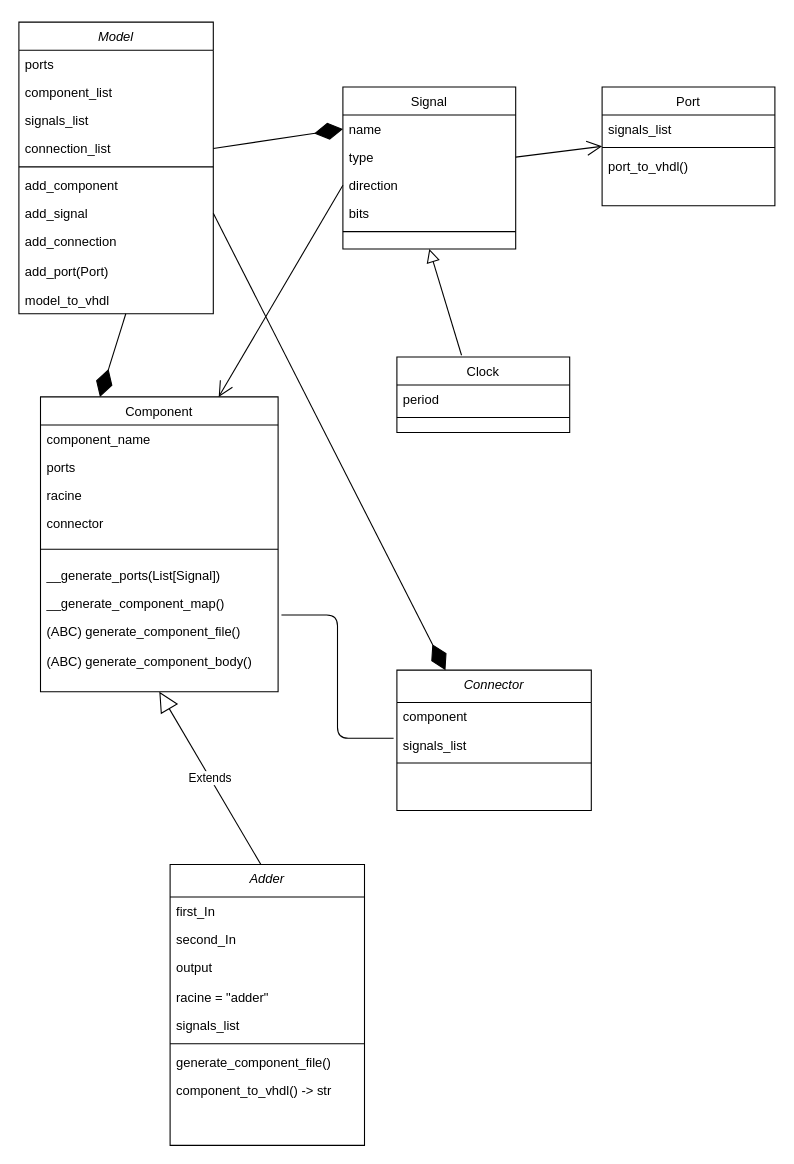
ltrBilal/VHDL_Model keeps this draw.io diagram as class_diagram.drawio. Above is the earlier version. Source tidied: cells renumbered, new cells numbered last; positions are measured from the earlier drawing's top-left corner, leaving out a move shared by most shapes. Both pictures are drawn from the tidied source at 108%, with x=0, y=0 at pixel (18, 22).
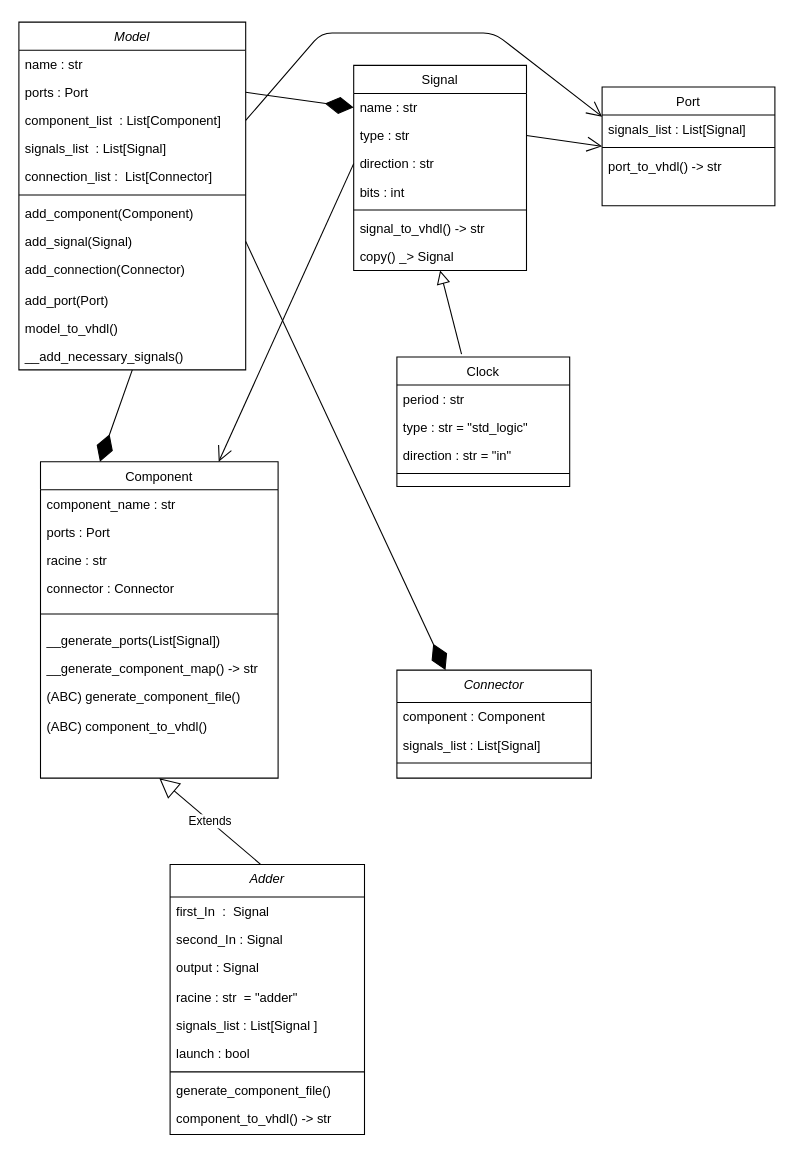
After the change.

The change refers to these unchanged cells:
```xml
<mxCell id="51" value="Port" style="swimlane;fontStyle=0;align=center;verticalAlign=top;horizontal=1;startSize=26;rounded=0;shadow=0;strokeWidth=1;" parent="1" vertex="1">
  <mxGeometry x="540" y="60" width="160" height="110" as="geometry" />
</mxCell>
```

The edit, as a diff of the source:
```diff
@@
     <mxCell id="2" value="Model&#10;" style="swimlane;fontStyle=2;align=center;verticalAlign=top;horizontal=1;startSize=26;rounded=0;shadow=0;strokeWidth=1;" parent="1" vertex="1">
-      <mxGeometry width="180" height="270" as="geometry" />
+      <mxGeometry width="210" height="322" as="geometry" />
     </mxCell>
-    <mxCell id="3" value="ports" style="text;align=left;verticalAlign=top;spacingLeft=4;spacingRight=4;overflow=hidden;" parent="2" vertex="1">
-      <mxGeometry y="26" width="180" height="26" as="geometry" />
-    </mxCell>
+    <mxCell id="57" value="name : str" style="text;align=left;verticalAlign=top;spacingLeft=4;spacingRight=4;overflow=hidden;" parent="2" vertex="1">
+      <mxGeometry y="26" width="210" height="26" as="geometry" />
+    </mxCell>
+    <mxCell id="6" value="ports : Port" style="text;align=left;verticalAlign=top;spacingLeft=4;spacingRight=4;overflow=hidden;points=[[0,0.5],[1,0.5]];portConstraint=eastwest;rounded=0;shadow=0;html=0;" parent="2" vertex="1">
+      <mxGeometry y="52" width="210" height="26" as="geometry" />
+    </mxCell>
-    <mxCell id="4" value="component_list        " style="text;align=left;verticalAlign=top;spacingLeft=4;spacingRight=4;overflow=hidden;" parent="2" vertex="1">
-      <mxGeometry y="52" width="180" height="26" as="geometry" />
+    <mxCell id="4" value="component_list  : List[Component]      " style="text;align=left;verticalAlign=top;spacingLeft=4;spacingRight=4;overflow=hidden;" parent="2" vertex="1">
+      <mxGeometry y="78" width="210" height="26" as="geometry" />
     </mxCell>
-    <mxCell id="5" value="signals_list" style="text;align=left;verticalAlign=top;spacingLeft=4;spacingRight=4;overflow=hidden;rounded=0;shadow=0;html=0;" parent="2" vertex="1">
-      <mxGeometry y="78" width="180" height="26" as="geometry" />
+    <mxCell id="5" value="signals_list  : List[Signal]" style="text;align=left;verticalAlign=top;spacingLeft=4;spacingRight=4;overflow=hidden;rounded=0;shadow=0;html=0;" parent="2" vertex="1">
+      <mxGeometry y="104" width="210" height="26" as="geometry" />
     </mxCell>
-    <mxCell id="6" value="connection_list" style="text;align=left;verticalAlign=top;spacingLeft=4;spacingRight=4;overflow=hidden;points=[[0,0.5],[1,0.5]];portConstraint=eastwest;rounded=0;shadow=0;html=0;" parent="2" vertex="1">
-      <mxGeometry y="104" width="180" height="26" as="geometry" />
-    </mxCell>
+    <mxCell id="58" value="connection_list :  List[Connector]" style="text;align=left;verticalAlign=top;spacingLeft=4;spacingRight=4;overflow=hidden;rounded=0;shadow=0;html=0;" parent="2" vertex="1">
+      <mxGeometry y="130" width="210" height="26" as="geometry" />
+    </mxCell>
     <mxCell id="7" style="line;html=1;strokeWidth=1;align=left;verticalAlign=middle;spacingTop=-1;spacingLeft=3;spacingRight=3;labelPosition=right;" parent="2" vertex="1">
-      <mxGeometry y="130" width="180" height="8" as="geometry" />
+      <mxGeometry y="156" width="210" height="8" as="geometry" />
     </mxCell>
-    <mxCell id="8" value="add_component" style="text;align=left;verticalAlign=top;spacingLeft=4;spacingRight=4;overflow=hidden;rounded=0;shadow=0;html=0;" parent="2" vertex="1">
-      <mxGeometry y="138" width="180" height="26" as="geometry" />
+    <mxCell id="8" value="add_component(Component)" style="text;align=left;verticalAlign=top;spacingLeft=4;spacingRight=4;overflow=hidden;rounded=0;shadow=0;html=0;" parent="2" vertex="1">
+      <mxGeometry y="164" width="210" height="26" as="geometry" />
     </mxCell>
-    <mxCell id="9" value="add_signal" style="text;align=left;verticalAlign=top;spacingLeft=4;spacingRight=4;overflow=hidden;points=[[0,0.5],[1,0.5]];portConstraint=eastwest;rounded=0;shadow=0;html=0;" parent="2" vertex="1">
-      <mxGeometry y="164" width="180" height="26" as="geometry" />
+    <mxCell id="9" value="add_signal(Signal)" style="text;align=left;verticalAlign=top;spacingLeft=4;spacingRight=4;overflow=hidden;points=[[0,0.5],[1,0.5]];portConstraint=eastwest;rounded=0;shadow=0;html=0;" parent="2" vertex="1">
+      <mxGeometry y="190" width="210" height="26" as="geometry" />
     </mxCell>
-    <mxCell id="10" value="add_connection" style="text;align=left;verticalAlign=top;spacingLeft=4;spacingRight=4;overflow=hidden;rounded=0;shadow=0;html=0;" parent="2" vertex="1">
-      <mxGeometry y="190" width="180" height="28" as="geometry" />
+    <mxCell id="10" value="add_connection(Connector)" style="text;align=left;verticalAlign=top;spacingLeft=4;spacingRight=4;overflow=hidden;rounded=0;shadow=0;html=0;" parent="2" vertex="1">
+      <mxGeometry y="216" width="210" height="28" as="geometry" />
     </mxCell>
     <mxCell id="11" value="add_port(Port)" style="text;align=left;verticalAlign=top;spacingLeft=4;spacingRight=4;overflow=hidden;rounded=0;shadow=0;html=0;" parent="2" vertex="1">
-      <mxGeometry y="218" width="180" height="26" as="geometry" />
+      <mxGeometry y="244" width="210" height="26" as="geometry" />
     </mxCell>
+    <mxCell id="59" value="model_to_vhdl()" style="text;align=left;verticalAlign=top;spacingLeft=4;spacingRight=4;overflow=hidden;rounded=0;shadow=0;html=0;" parent="2" vertex="1">
+      <mxGeometry y="270" width="210" height="26" as="geometry" />
+    </mxCell>
-    <mxCell id="12" value="model_to_vhdl" style="text;align=left;verticalAlign=top;spacingLeft=4;spacingRight=4;overflow=hidden;points=[[0,0.5],[1,0.5]];portConstraint=eastwest;rounded=0;shadow=0;html=0;" parent="2" vertex="1">
-      <mxGeometry y="244" width="180" height="26" as="geometry" />
+    <mxCell id="12" value="__add_necessary_signals()" style="text;align=left;verticalAlign=top;spacingLeft=4;spacingRight=4;overflow=hidden;points=[[0,0.5],[1,0.5]];portConstraint=eastwest;rounded=0;shadow=0;html=0;" parent="2" vertex="1">
+      <mxGeometry y="296" width="210" height="26" as="geometry" />
     </mxCell>
     <mxCell id="13" value="Component" style="swimlane;fontStyle=0;align=center;verticalAlign=top;horizontal=1;startSize=26;rounded=0;shadow=0;strokeWidth=1;" parent="1" vertex="1">
-      <mxGeometry x="20" y="347" width="220" height="273" as="geometry" />
+      <mxGeometry x="20" y="407" width="220" height="293" as="geometry" />
     </mxCell>
-    <mxCell id="14" value="component_name" style="text;align=left;verticalAlign=top;spacingLeft=4;spacingRight=4;overflow=hidden;fontStyle=0;" parent="13" vertex="1">
+    <mxCell id="14" value="component_name : str" style="text;align=left;verticalAlign=top;spacingLeft=4;spacingRight=4;overflow=hidden;fontStyle=0;" parent="13" vertex="1">
       <mxGeometry y="26" width="220" height="26" as="geometry" />
     </mxCell>
-    <mxCell id="15" value="ports" style="text;align=left;verticalAlign=top;spacingLeft=4;spacingRight=4;overflow=hidden;fontStyle=0;" parent="13" vertex="1">
+    <mxCell id="15" value="ports : Port" style="text;align=left;verticalAlign=top;spacingLeft=4;spacingRight=4;overflow=hidden;fontStyle=0;" parent="13" vertex="1">
       <mxGeometry y="52" width="220" height="26" as="geometry" />
     </mxCell>
-    <mxCell id="16" value="racine" style="text;align=left;verticalAlign=top;spacingLeft=4;spacingRight=4;overflow=hidden;fontStyle=0;" parent="13" vertex="1">
+    <mxCell id="16" value="racine : str" style="text;align=left;verticalAlign=top;spacingLeft=4;spacingRight=4;overflow=hidden;fontStyle=0;" parent="13" vertex="1">
       <mxGeometry y="78" width="220" height="26" as="geometry" />
     </mxCell>
-    <mxCell id="17" value="connector" style="text;align=left;verticalAlign=top;spacingLeft=4;spacingRight=4;overflow=hidden;fontStyle=0;" parent="13" vertex="1">
+    <mxCell id="17" value="connector : Connector" style="text;align=left;verticalAlign=top;spacingLeft=4;spacingRight=4;overflow=hidden;fontStyle=0;" parent="13" vertex="1">
       <mxGeometry y="104" width="220" height="26" as="geometry" />
     </mxCell>
@@
-    <mxCell id="20" value="__generate_component_map()" style="text;align=left;verticalAlign=top;spacingLeft=4;spacingRight=4;overflow=hidden;points=[[0,0.5],[1,0.5]];portConstraint=eastwest;" parent="13" vertex="1">
+    <mxCell id="20" value="__generate_component_map() -&gt; str" style="text;align=left;verticalAlign=top;spacingLeft=4;spacingRight=4;overflow=hidden;points=[[0,0.5],[1,0.5]];portConstraint=eastwest;" parent="13" vertex="1">
       <mxGeometry y="178" width="220" height="26" as="geometry" />
     </mxCell>
@@
-    <mxCell id="22" value="(ABC) generate_component_body()" style="text;align=left;verticalAlign=top;spacingLeft=4;spacingRight=4;overflow=hidden;" parent="13" vertex="1">
-      <mxGeometry y="232" width="220" height="26" as="geometry" />
-    </mxCell>
+    <mxCell id="60" value="(ABC) component_to_vhdl()" style="text;align=left;verticalAlign=top;spacingLeft=4;spacingRight=4;overflow=hidden;" parent="13" vertex="1">
+      <mxGeometry y="232" width="220" height="26" as="geometry" />
+    </mxCell>
     <mxCell id="23" value="Clock" style="swimlane;fontStyle=0;align=center;verticalAlign=top;horizontal=1;startSize=26;rounded=0;shadow=0;strokeWidth=1;" parent="1" vertex="1">
-      <mxGeometry x="350" y="310" width="160" height="70" as="geometry" />
+      <mxGeometry x="350" y="310" width="160" height="120" as="geometry" />
     </mxCell>
-    <mxCell id="24" value="period" style="text;align=left;verticalAlign=top;spacingLeft=4;spacingRight=4;overflow=hidden;" parent="23" vertex="1">
+    <mxCell id="24" value="period : str" style="text;align=left;verticalAlign=top;spacingLeft=4;spacingRight=4;overflow=hidden;" parent="23" vertex="1">
       <mxGeometry y="26" width="160" height="26" as="geometry" />
     </mxCell>
+    <mxCell id="61" value="type : str = &quot;std_logic&quot;" style="text;align=left;verticalAlign=top;spacingLeft=4;spacingRight=4;overflow=hidden;" parent="23" vertex="1">
+      <mxGeometry y="52" width="160" height="26" as="geometry" />
+    </mxCell>
+    <mxCell id="62" value="direction : str = &quot;in&quot;" style="text;align=left;verticalAlign=top;spacingLeft=4;spacingRight=4;overflow=hidden;" parent="23" vertex="1">
+      <mxGeometry y="78" width="160" height="26" as="geometry" />
+    </mxCell>
     <mxCell id="25" style="line;html=1;strokeWidth=1;align=left;verticalAlign=middle;spacingTop=-1;spacingLeft=3;spacingRight=3;labelPosition=right;" parent="23" vertex="1">
-      <mxGeometry y="52" width="160" height="8" as="geometry" />
+      <mxGeometry y="104" width="160" height="8" as="geometry" />
     </mxCell>
@@
     <mxCell id="27" value="Signal" style="swimlane;fontStyle=0;align=center;verticalAlign=top;horizontal=1;startSize=26;rounded=0;shadow=0;strokeWidth=1;" parent="1" vertex="1">
-      <mxGeometry x="300" y="60" width="160" height="150" as="geometry" />
+      <mxGeometry x="310" y="40" width="160" height="190" as="geometry" />
     </mxCell>
-    <mxCell id="28" value="name" style="text;align=left;verticalAlign=top;spacingLeft=4;spacingRight=4;overflow=hidden;points=[[0,0.5],[1,0.5]];portConstraint=eastwest;" parent="27" vertex="1">
+    <mxCell id="28" value="name : str" style="text;align=left;verticalAlign=top;spacingLeft=4;spacingRight=4;overflow=hidden;points=[[0,0.5],[1,0.5]];portConstraint=eastwest;" parent="27" vertex="1">
       <mxGeometry y="26" width="160" height="26" as="geometry" />
     </mxCell>
-    <mxCell id="29" value="type" style="text;align=left;verticalAlign=top;spacingLeft=4;spacingRight=4;overflow=hidden;points=[[0,0.5],[1,0.5]];portConstraint=eastwest;rounded=0;shadow=0;html=0;" parent="27" vertex="1">
+    <mxCell id="29" value="type : str" style="text;align=left;verticalAlign=top;spacingLeft=4;spacingRight=4;overflow=hidden;points=[[0,0.5],[1,0.5]];portConstraint=eastwest;rounded=0;shadow=0;html=0;" parent="27" vertex="1">
       <mxGeometry y="52" width="160" height="26" as="geometry" />
     </mxCell>
-    <mxCell id="30" value="direction" style="text;align=left;verticalAlign=top;spacingLeft=4;spacingRight=4;overflow=hidden;points=[[0,0.5],[1,0.5]];portConstraint=eastwest;rounded=0;shadow=0;html=0;" parent="27" vertex="1">
+    <mxCell id="30" value="direction : str" style="text;align=left;verticalAlign=top;spacingLeft=4;spacingRight=4;overflow=hidden;points=[[0,0.5],[1,0.5]];portConstraint=eastwest;rounded=0;shadow=0;html=0;" parent="27" vertex="1">
       <mxGeometry y="78" width="160" height="26" as="geometry" />
     </mxCell>
-    <mxCell id="31" value="bits" style="text;align=left;verticalAlign=top;spacingLeft=4;spacingRight=4;overflow=hidden;rounded=0;shadow=0;html=0;" parent="27" vertex="1">
+    <mxCell id="31" value="bits : int" style="text;align=left;verticalAlign=top;spacingLeft=4;spacingRight=4;overflow=hidden;rounded=0;shadow=0;html=0;" parent="27" vertex="1">
       <mxGeometry y="104" width="160" height="26" as="geometry" />
     </mxCell>
@@
+    <mxCell id="63" value="signal_to_vhdl() -&gt; str" style="text;align=left;verticalAlign=top;spacingLeft=4;spacingRight=4;overflow=hidden;rounded=0;shadow=0;html=0;" parent="27" vertex="1">
+      <mxGeometry y="138" width="160" height="26" as="geometry" />
+    </mxCell>
+    <mxCell id="64" value="copy() _&gt; Signal" style="text;align=left;verticalAlign=top;spacingLeft=4;spacingRight=4;overflow=hidden;rounded=0;shadow=0;html=0;" parent="27" vertex="1">
+      <mxGeometry y="164" width="160" height="26" as="geometry" />
+    </mxCell>
     <mxCell id="33" value="Adder" style="swimlane;fontStyle=2;align=center;verticalAlign=top;horizontal=1;startSize=30;rounded=0;shadow=0;strokeWidth=1;" parent="1" vertex="1">
-      <mxGeometry x="140" y="780" width="180" height="260" as="geometry" />
+      <mxGeometry x="140" y="780" width="180" height="250" as="geometry" />
     </mxCell>
-    <mxCell id="34" value="first_In        " style="text;align=left;verticalAlign=top;spacingLeft=4;spacingRight=4;overflow=hidden;" parent="33" vertex="1">
+    <mxCell id="34" value="first_In  :  Signal" style="text;align=left;verticalAlign=top;spacingLeft=4;spacingRight=4;overflow=hidden;" parent="33" vertex="1">
       <mxGeometry y="30" width="180" height="26" as="geometry" />
     </mxCell>
-    <mxCell id="35" value="second_In" style="text;align=left;verticalAlign=top;spacingLeft=4;spacingRight=4;overflow=hidden;rounded=0;shadow=0;html=0;" parent="33" vertex="1">
+    <mxCell id="35" value="second_In : Signal" style="text;align=left;verticalAlign=top;spacingLeft=4;spacingRight=4;overflow=hidden;rounded=0;shadow=0;html=0;" parent="33" vertex="1">
       <mxGeometry y="56" width="180" height="26" as="geometry" />
     </mxCell>
-    <mxCell id="36" value="output" style="text;align=left;verticalAlign=top;spacingLeft=4;spacingRight=4;overflow=hidden;rounded=0;shadow=0;html=0;" parent="33" vertex="1">
+    <mxCell id="36" value="output : Signal" style="text;align=left;verticalAlign=top;spacingLeft=4;spacingRight=4;overflow=hidden;rounded=0;shadow=0;html=0;" parent="33" vertex="1">
       <mxGeometry y="82" width="180" height="28" as="geometry" />
     </mxCell>
-    <mxCell id="37" value="racine = &quot;adder&quot;" style="text;align=left;verticalAlign=top;spacingLeft=4;spacingRight=4;overflow=hidden;" parent="33" vertex="1">
+    <mxCell id="37" value="racine : str  = &quot;adder&quot;" style="text;align=left;verticalAlign=top;spacingLeft=4;spacingRight=4;overflow=hidden;" parent="33" vertex="1">
       <mxGeometry y="110" width="180" height="26" as="geometry" />
     </mxCell>
-    <mxCell id="38" value="signals_list" style="text;align=left;verticalAlign=top;spacingLeft=4;spacingRight=4;overflow=hidden;" parent="33" vertex="1">
+    <mxCell id="38" value="signals_list : List[Signal ]" style="text;align=left;verticalAlign=top;spacingLeft=4;spacingRight=4;overflow=hidden;" parent="33" vertex="1">
       <mxGeometry y="136" width="180" height="26" as="geometry" />
     </mxCell>
+    <mxCell id="65" value="launch : bool" style="text;align=left;verticalAlign=top;spacingLeft=4;spacingRight=4;overflow=hidden;" parent="33" vertex="1">
+      <mxGeometry y="162" width="180" height="26" as="geometry" />
+    </mxCell>
     <mxCell id="39" style="line;html=1;strokeWidth=1;align=left;verticalAlign=middle;spacingTop=-1;spacingLeft=3;spacingRight=3;labelPosition=right;" parent="33" vertex="1">
-      <mxGeometry y="162" width="180" height="8" as="geometry" />
+      <mxGeometry y="188" width="180" height="8" as="geometry" />
     </mxCell>
     <mxCell id="40" value="generate_component_file()" style="text;align=left;verticalAlign=top;spacingLeft=4;spacingRight=4;overflow=hidden;rounded=0;shadow=0;html=0;" parent="33" vertex="1">
-      <mxGeometry y="170" width="180" height="26" as="geometry" />
+      <mxGeometry y="196" width="180" height="26" as="geometry" />
     </mxCell>
     <mxCell id="41" value="component_to_vhdl() -&gt; str" style="text;align=left;verticalAlign=top;spacingLeft=4;spacingRight=4;overflow=hidden;rounded=0;shadow=0;html=0;" parent="33" vertex="1">
-      <mxGeometry y="196" width="180" height="28" as="geometry" />
+      <mxGeometry y="222" width="180" height="28" as="geometry" />
     </mxCell>
@@
-    <mxCell id="43" style="endArrow=diamondThin;endFill=1;endSize=24;html=1;exitX=0.55;exitY=1;exitDx=0;exitDy=0;exitPerimeter=0;entryX=0.25;entryY=0;entryDx=0;entryDy=0;" parent="1" edge="1" source="12" target="13">
+    <mxCell id="43" style="endArrow=diamondThin;endFill=1;endSize=24;html=1;entryX=0.25;entryY=0;entryDx=0;entryDy=0;exitX=0.5;exitY=1;exitDx=0;exitDy=0;" parent="1" edge="1" source="2" target="13">
       <mxGeometry relative="1" as="geometry" />
     </mxCell>
@@
     <mxCell id="46" value="Connector" style="swimlane;fontStyle=2;align=center;verticalAlign=top;horizontal=1;startSize=30;rounded=0;shadow=0;strokeWidth=1;" parent="1" vertex="1">
-      <mxGeometry x="350" y="600" width="180" height="130" as="geometry" />
+      <mxGeometry x="350" y="600" width="180" height="100" as="geometry" />
     </mxCell>
-    <mxCell id="47" value="component" style="text;align=left;verticalAlign=top;spacingLeft=4;spacingRight=4;overflow=hidden;" parent="46" vertex="1">
+    <mxCell id="47" value="component : Component" style="text;align=left;verticalAlign=top;spacingLeft=4;spacingRight=4;overflow=hidden;" parent="46" vertex="1">
       <mxGeometry y="30" width="180" height="26" as="geometry" />
     </mxCell>
-    <mxCell id="48" value="signals_list" style="text;align=left;verticalAlign=top;spacingLeft=4;spacingRight=4;overflow=hidden;points=[[0,0.5],[1,0.5]];portConstraint=eastwest;rounded=0;shadow=0;html=0;" parent="46" vertex="1">
+    <mxCell id="48" value="signals_list : List[Signal]" style="text;align=left;verticalAlign=top;spacingLeft=4;spacingRight=4;overflow=hidden;points=[[0,0.5],[1,0.5]];portConstraint=eastwest;rounded=0;shadow=0;html=0;" parent="46" vertex="1">
       <mxGeometry y="56" width="180" height="26" as="geometry" />
     </mxCell>
@@
-    <mxCell id="52" value="signals_list&#10;" style="text;align=left;verticalAlign=top;spacingLeft=4;spacingRight=4;overflow=hidden;" parent="51" vertex="1">
+    <mxCell id="52" value="signals_list : List[Signal]&#10; " style="text;align=left;verticalAlign=top;spacingLeft=4;spacingRight=4;overflow=hidden;" parent="51" vertex="1">
       <mxGeometry y="26" width="160" height="26" as="geometry" />
     </mxCell>
@@
-    <mxCell id="54" value="port_to_vhdl()" style="text;align=left;verticalAlign=top;spacingLeft=4;spacingRight=4;overflow=hidden;rounded=0;shadow=0;html=0;" parent="51" vertex="1">
+    <mxCell id="54" value="port_to_vhdl() -&gt; str" style="text;align=left;verticalAlign=top;spacingLeft=4;spacingRight=4;overflow=hidden;rounded=0;shadow=0;html=0;" parent="51" vertex="1">
       <mxGeometry y="60" width="160" height="30" as="geometry" />
     </mxCell>
@@
-    <mxCell id="56" style="endArrow=none;html=1;edgeStyle=orthogonalEdgeStyle;exitX=1.014;exitY=0.923;exitDx=0;exitDy=0;exitPerimeter=0;entryX=-0.017;entryY=0.269;entryDx=0;entryDy=0;entryPerimeter=0;" parent="1" edge="1" source="20" target="48">
-      <mxGeometry relative="1" as="geometry" />
-    </mxCell>
+    <mxCell id="66" style="endArrow=open;endFill=1;endSize=12;html=1;exitX=1;exitY=0.5;exitDx=0;exitDy=0;entryX=0;entryY=0.25;entryDx=0;entryDy=0;" parent="1" edge="1" target="51">
+      <mxGeometry relative="1" as="geometry">
+        <mxPoint x="210" y="91" as="sourcePoint" />
+        <Array as="points">
+          <mxPoint x="280" y="10" />
+          <mxPoint x="440" y="10" />
+        </Array>
+      </mxGeometry>
+    </mxCell>
```
